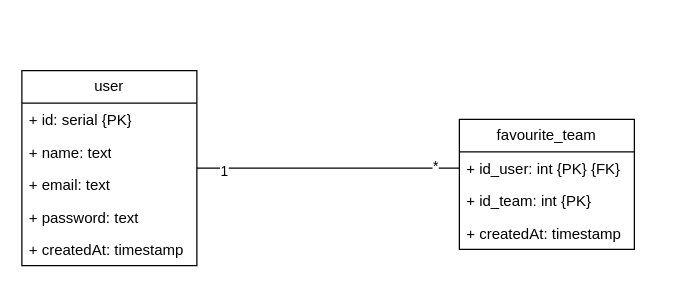
Above: packages/backend/database/MER.drawio in franjsb1903/football-hub (draw.io), before the change. Source tidied: cells renumbered, new cells numbered last; positions are measured from the earlier drawing's top-left corner, leaving out a move shared by most shapes. Both pictures are drawn from the tidied source at 125%, with x=0, y=0 at pixel (21, 70).
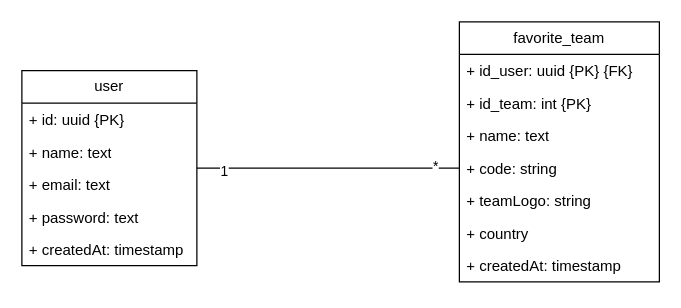
The same page after the edit.

Commit message (it also covers changes not shown here):
Actualizar MER del proyecto

What changed in the source:
```diff
@@
 <mxGraphModel>
   <root>
     <mxCell id="0" />
     <mxCell id="1" parent="0" />
     <mxCell id="2" value="user" style="swimlane;fontStyle=0;horizontal=1;startSize=26;fillColor=none;whiteSpace=wrap;html=1;" parent="1" vertex="1">
       <mxGeometry width="140" height="156" as="geometry" />
     </mxCell>
-    <mxCell id="3" value="+ id: serial {PK}" style="text;strokeColor=none;fillColor=none;align=left;verticalAlign=top;spacingLeft=4;spacingRight=4;overflow=hidden;whiteSpace=wrap;html=1;" parent="2" vertex="1">
-      <mxGeometry y="26" width="140" height="26" as="geometry" />
-    </mxCell>
+    <mxCell id="15" value="+ id: uuid {PK}" style="text;strokeColor=none;fillColor=none;align=left;verticalAlign=top;spacingLeft=4;spacingRight=4;overflow=hidden;whiteSpace=wrap;html=1;" parent="2" vertex="1">
+      <mxGeometry y="26" width="140" height="26" as="geometry" />
+    </mxCell>
     <mxCell id="4" value="+ name: text" style="text;strokeColor=none;fillColor=none;align=left;verticalAlign=top;spacingLeft=4;spacingRight=4;overflow=hidden;whiteSpace=wrap;html=1;" parent="2" vertex="1">
       <mxGeometry y="52" width="140" height="26" as="geometry" />
     </mxCell>
     <mxCell id="5" value="+ email: text" style="text;strokeColor=none;fillColor=none;align=left;verticalAlign=top;spacingLeft=4;spacingRight=4;overflow=hidden;whiteSpace=wrap;html=1;" parent="2" vertex="1">
       <mxGeometry y="78" width="140" height="26" as="geometry" />
     </mxCell>
     <mxCell id="6" value="+ password: text" style="text;strokeColor=none;fillColor=none;align=left;verticalAlign=top;spacingLeft=4;spacingRight=4;overflow=hidden;whiteSpace=wrap;html=1;" parent="2" vertex="1">
       <mxGeometry y="104" width="140" height="26" as="geometry" />
     </mxCell>
     <mxCell id="7" value="+ createdAt: timestamp" style="text;strokeColor=none;fillColor=none;align=left;verticalAlign=top;spacingLeft=4;spacingRight=4;overflow=hidden;whiteSpace=wrap;html=1;" parent="2" vertex="1">
       <mxGeometry y="130" width="140" height="26" as="geometry" />
     </mxCell>
-    <mxCell id="8" value="favourite_team" style="swimlane;fontStyle=0;horizontal=1;startSize=26;fillColor=none;whiteSpace=wrap;html=1;" parent="1" vertex="1">
-      <mxGeometry x="350" y="39" width="140" height="104" as="geometry" />
-    </mxCell>
-    <mxCell id="9" value="+ id_user: int {PK} {FK}" style="text;strokeColor=none;fillColor=none;align=left;verticalAlign=top;spacingLeft=4;spacingRight=4;overflow=hidden;points=[[0,0.5],[1,0.5]];portConstraint=eastwest;whiteSpace=wrap;html=1;" parent="8" vertex="1">
-      <mxGeometry y="26" width="140" height="26" as="geometry" />
-    </mxCell>
+    <mxCell id="16" value="favorite_team" style="swimlane;fontStyle=0;horizontal=1;startSize=26;fillColor=none;whiteSpace=wrap;html=1;" parent="1" vertex="1">
+      <mxGeometry x="350" y="-39" width="160" height="208" as="geometry" />
+    </mxCell>
+    <mxCell id="17" value="+ id_user: uuid {PK} {FK}" style="text;strokeColor=none;fillColor=none;align=left;verticalAlign=top;spacingLeft=4;spacingRight=4;overflow=hidden;whiteSpace=wrap;html=1;" parent="16" vertex="1">
+      <mxGeometry y="26" width="160" height="26" as="geometry" />
+    </mxCell>
-    <mxCell id="10" value="+ id_team: int {PK}" style="text;strokeColor=none;fillColor=none;align=left;verticalAlign=top;spacingLeft=4;spacingRight=4;overflow=hidden;whiteSpace=wrap;html=1;" parent="8" vertex="1">
-      <mxGeometry y="52" width="140" height="26" as="geometry" />
+    <mxCell id="10" value="+ id_team: int {PK}" style="text;strokeColor=none;fillColor=none;align=left;verticalAlign=top;spacingLeft=4;spacingRight=4;overflow=hidden;whiteSpace=wrap;html=1;" parent="16" vertex="1">
+      <mxGeometry y="52" width="160" height="26" as="geometry" />
     </mxCell>
+    <mxCell id="18" value="+ name: text" style="text;strokeColor=none;fillColor=none;align=left;verticalAlign=top;spacingLeft=4;spacingRight=4;overflow=hidden;whiteSpace=wrap;html=1;" parent="16" vertex="1">
+      <mxGeometry y="78" width="160" height="26" as="geometry" />
+    </mxCell>
+    <mxCell id="19" value="+ code: string" style="text;strokeColor=none;fillColor=none;align=left;verticalAlign=top;spacingLeft=4;spacingRight=4;overflow=hidden;points=[[0,0.5],[1,0.5]];portConstraint=eastwest;whiteSpace=wrap;html=1;" parent="16" vertex="1">
+      <mxGeometry y="104" width="160" height="26" as="geometry" />
+    </mxCell>
+    <mxCell id="20" value="+ teamLogo: string" style="text;strokeColor=none;fillColor=none;align=left;verticalAlign=top;spacingLeft=4;spacingRight=4;overflow=hidden;whiteSpace=wrap;html=1;" parent="16" vertex="1">
+      <mxGeometry y="130" width="160" height="26" as="geometry" />
+    </mxCell>
+    <mxCell id="21" value="+ country" style="text;strokeColor=none;fillColor=none;align=left;verticalAlign=top;spacingLeft=4;spacingRight=4;overflow=hidden;whiteSpace=wrap;html=1;" parent="16" vertex="1">
+      <mxGeometry y="156" width="160" height="26" as="geometry" />
+    </mxCell>
-    <mxCell id="11" value="+ createdAt: timestamp" style="text;strokeColor=none;fillColor=none;align=left;verticalAlign=top;spacingLeft=4;spacingRight=4;overflow=hidden;whiteSpace=wrap;html=1;" parent="8" vertex="1">
-      <mxGeometry y="78" width="140" height="26" as="geometry" />
+    <mxCell id="11" value="+ createdAt: timestamp" style="text;strokeColor=none;fillColor=none;align=left;verticalAlign=top;spacingLeft=4;spacingRight=4;overflow=hidden;whiteSpace=wrap;html=1;" parent="16" vertex="1">
+      <mxGeometry y="182" width="160" height="26" as="geometry" />
     </mxCell>
-    <mxCell id="12" style="edgeStyle=orthogonalEdgeStyle;rounded=0;jettySize=auto;html=1;entryX=0;entryY=0.5;entryDx=0;entryDy=0;endArrow=none;startFill=0;" parent="1" edge="1" source="2" target="9">
-      <mxGeometry relative="1" as="geometry" />
-    </mxCell>
+    <mxCell id="22" style="edgeStyle=orthogonalEdgeStyle;rounded=0;jettySize=auto;html=1;entryX=0;entryY=0.5;entryDx=0;entryDy=0;endArrow=none;startFill=0;" parent="1" edge="1" source="2" target="19">
+      <mxGeometry relative="1" as="geometry" />
+    </mxCell>
-    <mxCell id="13" value="*" style="edgeLabel;html=1;align=center;verticalAlign=middle;" parent="12" vertex="1">
+    <mxCell id="13" value="*" style="edgeLabel;html=1;align=center;verticalAlign=middle;" parent="22" vertex="1">
       <mxGeometry x="0.81" y="2" relative="1" as="geometry" />
     </mxCell>
-    <mxCell id="14" value="1" style="edgeLabel;html=1;align=center;verticalAlign=middle;" parent="12" vertex="1">
+    <mxCell id="14" value="1" style="edgeLabel;html=1;align=center;verticalAlign=middle;" parent="22" vertex="1">
       <mxGeometry x="-0.8" y="-2" relative="1" as="geometry" />
     </mxCell>
   </root>
 </mxGraphModel>
```
